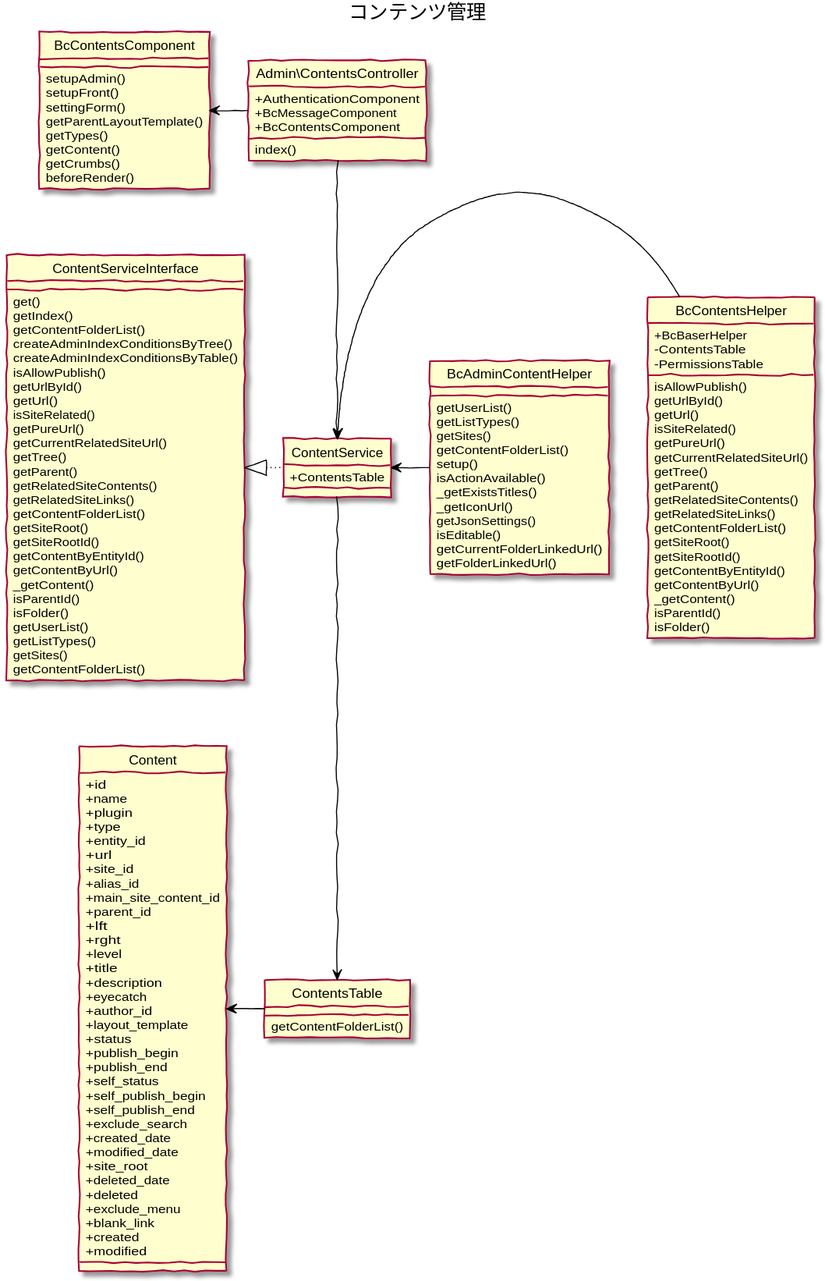
Earlier version of the PlantUML export 5/ucmitz/class/manage_contents.svg (baserproject/baserproject.github.io). Its source is kept beside it as src/puml/5/ucmitz/class/manage_contents.puml.
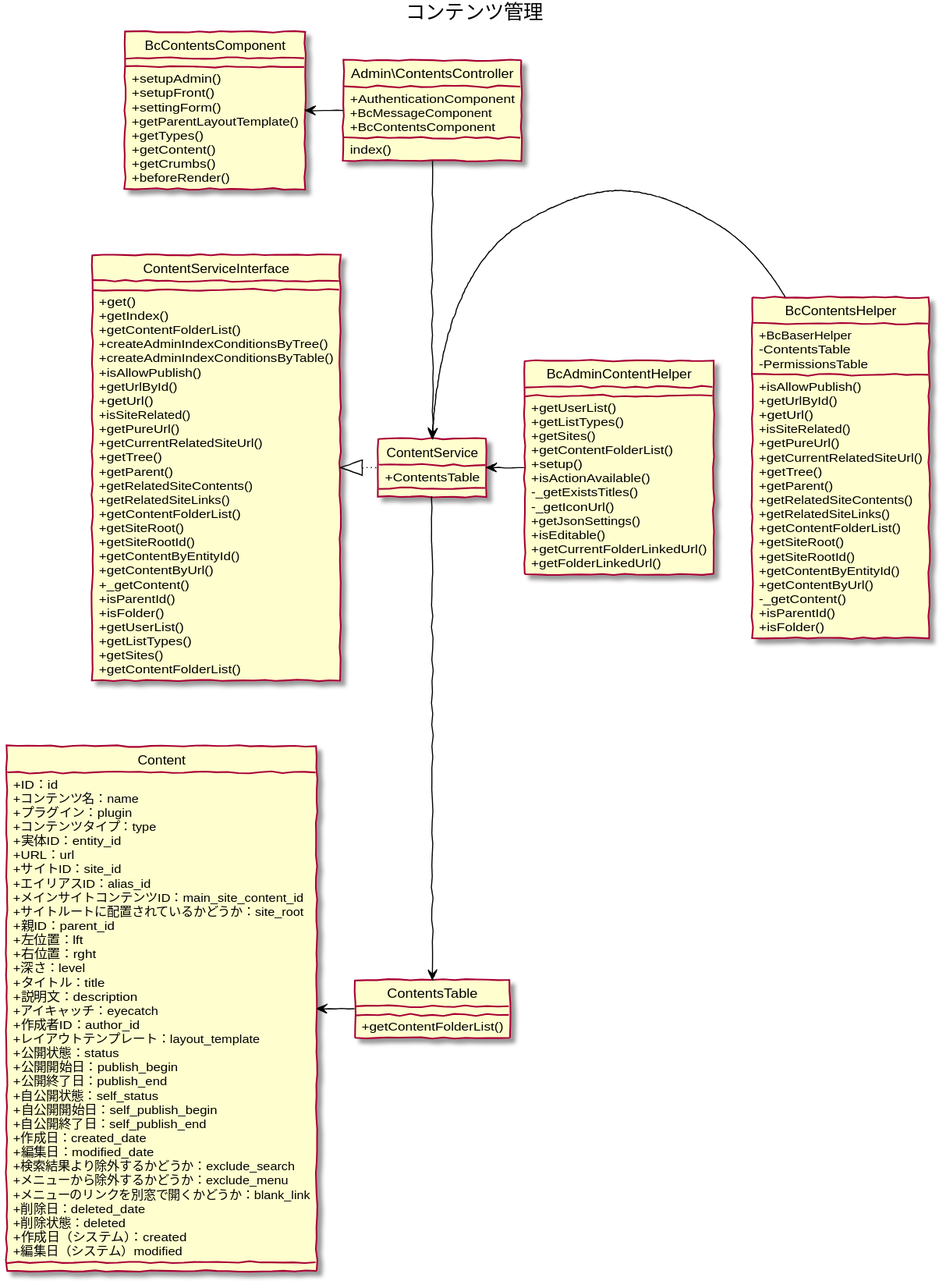
The same diagram one commit later.

Diff of the diagram source:
```diff
@@ -13,53 +13,53 @@
 }
 
 class BcContentsComponent {
-  setupAdmin()
-  setupFront()
-  settingForm()
-  getParentLayoutTemplate()
-  getTypes()
-  getContent()
-  getCrumbs()
-  beforeRender()
+  + setupAdmin()
+  + setupFront()
+  + settingForm()
+  + getParentLayoutTemplate()
+  + getTypes()
+  + getContent()
+  + getCrumbs()
+  + beforeRender()
 }
 
 class BcAdminContentHelper {
-  getUserList()
-  getListTypes()
-  getSites()
-  getContentFolderList()
-  setup()
-  isActionAvailable()
-  _getExistsTitles()
-  _getIconUrl()
-  getJsonSettings()
-  isEditable()
-  getCurrentFolderLinkedUrl()
-  getFolderLinkedUrl()
+  + getUserList()
+  + getListTypes()
+  + getSites()
+  + getContentFolderList()
+  + setup()
+  + isActionAvailable()
+  - _getExistsTitles()
+  - _getIconUrl()
+  + getJsonSettings()
+  + isEditable()
+  + getCurrentFolderLinkedUrl()
+  + getFolderLinkedUrl()
 }
 
 class BcContentsHelper {
   + BcBaserHelper
   - ContentsTable
   - PermissionsTable
-  isAllowPublish()
-  getUrlById()
-  getUrl()
-  isSiteRelated()
-  getPureUrl()
-  getCurrentRelatedSiteUrl()
-  getTree()
-  getParent()
-  getRelatedSiteContents()
-  getRelatedSiteLinks()
-  getContentFolderList()
-  getSiteRoot()
-  getSiteRootId()
-  getContentByEntityId()
-  getContentByUrl()
-  _getContent()
-  isParentId()
-  isFolder()
+  + isAllowPublish()
+  + getUrlById()
+  + getUrl()
+  + isSiteRelated()
+  + getPureUrl()
+  + getCurrentRelatedSiteUrl()
+  + getTree()
+  + getParent()
+  + getRelatedSiteContents()
+  + getRelatedSiteLinks()
+  + getContentFolderList()
+  + getSiteRoot()
+  + getSiteRootId()
+  + getContentByEntityId()
+  + getContentByUrl()
+  - _getContent()
+  + isParentId()
+  + isFolder()
 }
 
 class ContentService {
@@ -67,74 +67,74 @@
 }
 
 class ContentsTable {
-  getContentFolderList()
+  + getContentFolderList()
 }
 
 class Content {
-  + id
-  + name
-  + plugin
-  + type
-  + entity_id
-  + url
-  + site_id
-  + alias_id
-  + main_site_content_id
-  + parent_id
-  + lft
-  + rght
-  + level
-  + title
-  + description
-  + eyecatch
-  + author_id
-  + layout_template
-  + status
-  + publish_begin
-  + publish_end
-  + self_status
-  + self_publish_begin
-  + self_publish_end
-  + exclude_search
-  + created_date
-  + modified_date
-  + site_root
-  + deleted_date
-  + deleted
-  + exclude_menu
-  + blank_link
-  + created
-  + modified
+  + ID：id
+  + コンテンツ名：name
+  + プラグイン：plugin
+  + コンテンツタイプ：type
+  + 実体ID：entity_id
+  + URL：url
+  + サイトID：site_id
+  + エイリアスID：alias_id
+  + メインサイトコンテンツID：main_site_content_id
+	+ サイトルートに配置されているかどうか：site_root
+  + 親ID：parent_id
+  + 左位置：lft
+  + 右位置：rght
+  + 深さ：level
+  + タイトル：title
+  + 説明文：description
+  + アイキャッチ：eyecatch
+  + 作成者ID：author_id
+  + レイアウトテンプレート：layout_template
+  + 公開状態：status
+  + 公開開始日：publish_begin
+  + 公開終了日：publish_end
+  + 自公開状態：self_status
+  + 自公開開始日：self_publish_begin
+  + 自公開終了日：self_publish_end
+  + 作成日：created_date
+  + 編集日：modified_date
+  + 検索結果より除外するかどうか：exclude_search
+  + メニューから除外するかどうか：exclude_menu
+  + メニューのリンクを別窓で開くかどうか：blank_link
+  + 削除日：deleted_date
+  + 削除状態：deleted
+  + 作成日（システム）：created
+  + 編集日（システム）modified
 }
 
 class ContentServiceInterface {
-  get()
-  getIndex()
-  getContentFolderList()
-  createAdminIndexConditionsByTree()
-  createAdminIndexConditionsByTable()
-  isAllowPublish()
-  getUrlById()
-  getUrl()
-  isSiteRelated()
-  getPureUrl()
-  getCurrentRelatedSiteUrl()
-  getTree()
-  getParent()
-  getRelatedSiteContents()
-  getRelatedSiteLinks()
-  getContentFolderList()
-  getSiteRoot()
-  getSiteRootId()
-  getContentByEntityId()
-  getContentByUrl()
-  _getContent()
-  isParentId()
-  isFolder()
-  getUserList()
-  getListTypes()
-  getSites()
-  getContentFolderList()
+  + get()
+  + getIndex()
+  + getContentFolderList()
+  + createAdminIndexConditionsByTree()
+  + createAdminIndexConditionsByTable()
+  + isAllowPublish()
+  + getUrlById()
+  + getUrl()
+  + isSiteRelated()
+  + getPureUrl()
+  + getCurrentRelatedSiteUrl()
+  + getTree()
+  + getParent()
+  + getRelatedSiteContents()
+  + getRelatedSiteLinks()
+  + getContentFolderList()
+  + getSiteRoot()
+  + getSiteRootId()
+  + getContentByEntityId()
+  + getContentByUrl()
+  + _getContent()
+  + isParentId()
+  + isFolder()
+  + getUserList()
+  + getListTypes()
+  + getSites()
+  + getContentFolderList()
 }
 
 Admin\ContentsController -left[#Black]-> BcContentsComponent
```
